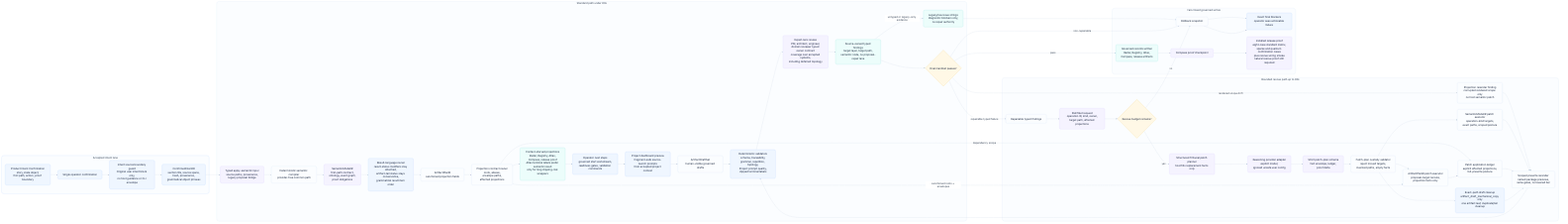
This is odylith/atlas/source/domain-intelligence-greenfield-governance.png from odylith/odylith, a Mermaid export, as it was before one commit. Its source is kept beside it as odylith/atlas/source/domain-intelligence-greenfield-governance.mmd.
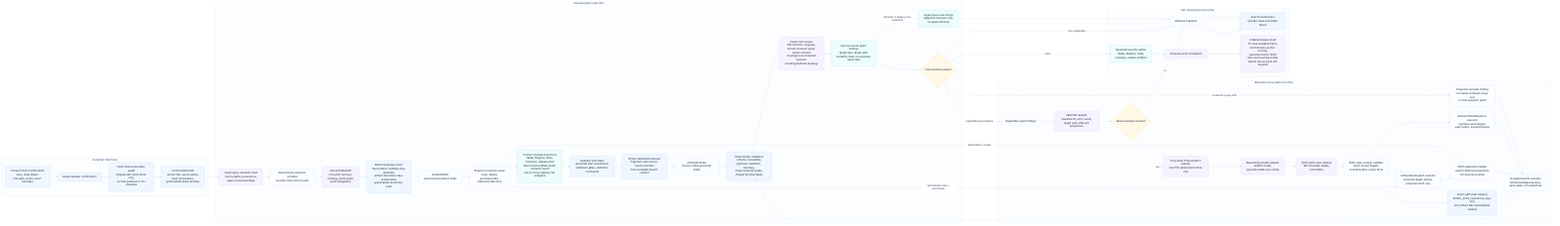
After the change.

Diff of the diagram source:
```diff
@@ -49,7 +49,7 @@
       rollback["Rollback snapshot"]
       blockers["Exact final blockers<br/>operator sees actionable failure"]
       proof_log["Compass proof checkpoint"]
-      release_matrix["Installed release proof<br/>eight-case standard matrix,<br/>sparse and quantum confirmation cases<br/>plus rescue wiring smoke<br/>natural rescue proof still required"]
+      release_matrix["Installed release proof<br/>12-case standard matrix,<br/>strict domain-anchor scoring,<br/>persisted matrix JSON<br/>plus rescue wiring smoke<br/>natural rescue proof still required"]
     end
 
     visible_intent --> confirm --> source_guard --> confirmed_ir
```
